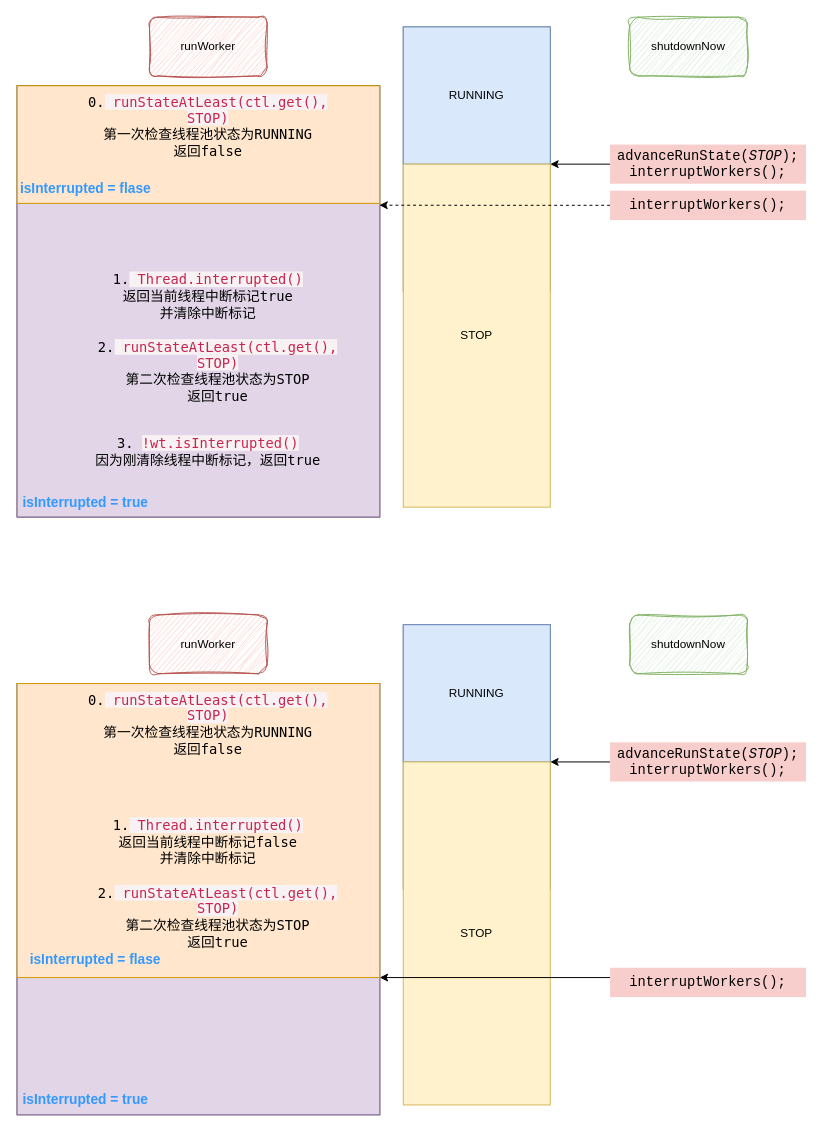
This is Java线程池 runWorker.drawio from wsxzei/markdown-photos, a draw.io file, before an edit. Source tidied: cells renumbered, new cells numbered last; positions are measured from the earlier drawing's top-left corner, leaving out a move shared by most shapes. Both pictures are drawn from the tidied source at 98%, with x=0, y=0 at pixel (17, 17).
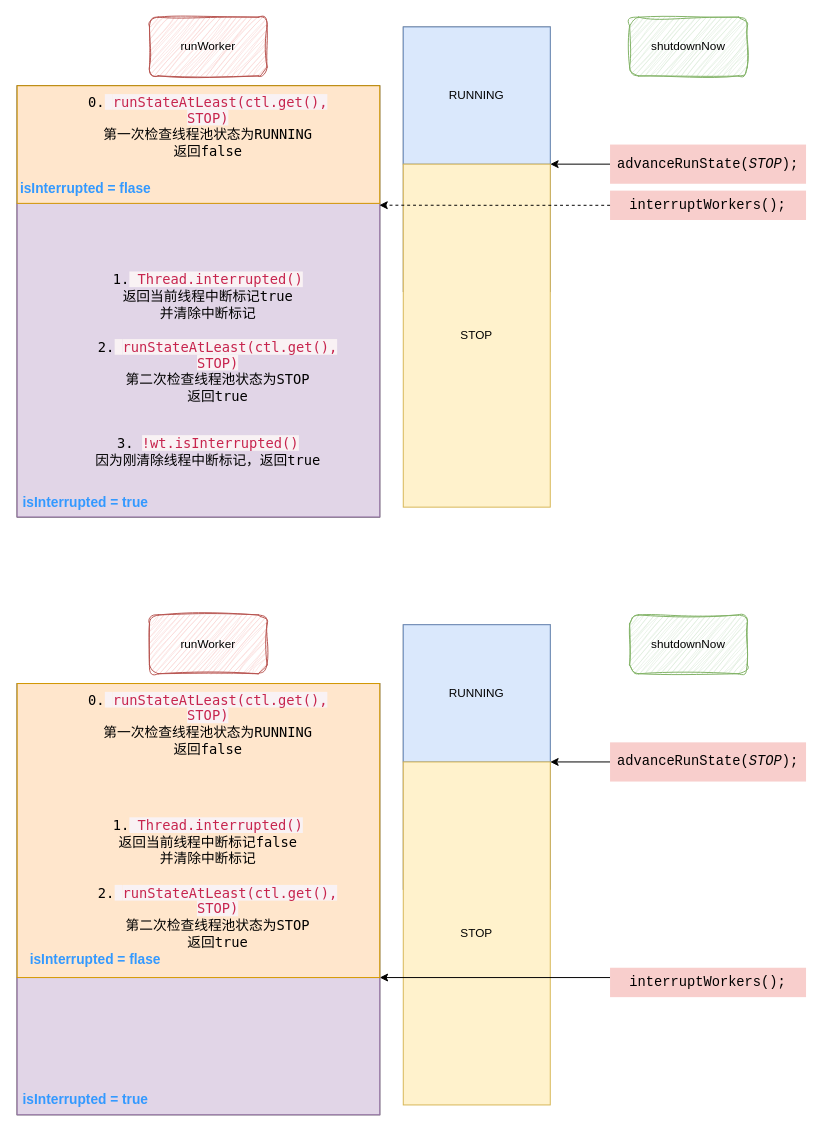
After the change.

Commit message (it also covers changes not shown here):
更新Java线程池 runWorker.drawio

What changed in the source:
```diff
@@
-    <mxCell id="10" value="&lt;div style=&quot;font-family: &amp;quot;JetBrains Mono&amp;quot;, monospace; font-size: 14px; white-space: pre;&quot;&gt;advanceRunState(&lt;span style=&quot;font-style: italic; font-size: 14px;&quot;&gt;STOP&lt;/span&gt;)&lt;span style=&quot;font-size: 14px;&quot;&gt;;&lt;/span&gt;&lt;/div&gt;&lt;div style=&quot;font-family: &amp;quot;JetBrains Mono&amp;quot;, monospace; font-size: 14px; white-space: pre;&quot;&gt;interruptWorkers();&lt;span style=&quot;color: rgb(204, 120, 50); background-color: rgb(43, 43, 43); font-size: 14px;&quot;&gt;&lt;br&gt;&lt;/span&gt;&lt;/div&gt;" style="text;html=1;align=center;verticalAlign=middle;whiteSpace=wrap;rounded=0;fontSize=14;fillColor=#f8cecc;strokeColor=none;" parent="1" vertex="1">
+    <mxCell id="10" value="&lt;div style=&quot;font-family: &amp;quot;JetBrains Mono&amp;quot;, monospace; font-size: 14px; white-space: pre;&quot;&gt;advanceRunState(&lt;span style=&quot;font-style: italic; font-size: 14px;&quot;&gt;STOP&lt;/span&gt;)&lt;span style=&quot;font-size: 14px;&quot;&gt;;&lt;/span&gt;&lt;/div&gt;" style="text;html=1;align=center;verticalAlign=middle;whiteSpace=wrap;rounded=0;fontSize=14;fillColor=#f8cecc;strokeColor=none;" parent="1" vertex="1">
       <mxGeometry x="605" y="130" width="200" height="40" as="geometry" />
     </mxCell>
@@
-    <mxCell id="28" value="&lt;div style=&quot;font-family: &amp;quot;JetBrains Mono&amp;quot;, monospace; font-size: 14px; white-space: pre;&quot;&gt;advanceRunState(&lt;span style=&quot;font-style: italic; font-size: 14px;&quot;&gt;STOP&lt;/span&gt;)&lt;span style=&quot;font-size: 14px;&quot;&gt;;&lt;/span&gt;&lt;/div&gt;&lt;div style=&quot;font-family: &amp;quot;JetBrains Mono&amp;quot;, monospace; font-size: 14px; white-space: pre;&quot;&gt;interruptWorkers();&lt;span style=&quot;color: rgb(204, 120, 50); background-color: rgb(43, 43, 43); font-size: 14px;&quot;&gt;&lt;br&gt;&lt;/span&gt;&lt;/div&gt;" style="text;html=1;align=center;verticalAlign=middle;whiteSpace=wrap;rounded=0;fontSize=14;fillColor=#f8cecc;strokeColor=none;" parent="1" vertex="1">
+    <mxCell id="28" value="&lt;div style=&quot;font-family: &amp;quot;JetBrains Mono&amp;quot;, monospace; font-size: 14px; white-space: pre;&quot;&gt;advanceRunState(&lt;span style=&quot;font-style: italic; font-size: 14px;&quot;&gt;STOP&lt;/span&gt;)&lt;span style=&quot;font-size: 14px;&quot;&gt;;&lt;/span&gt;&lt;/div&gt;" style="text;html=1;align=center;verticalAlign=middle;whiteSpace=wrap;rounded=0;fontSize=14;fillColor=#f8cecc;strokeColor=none;" parent="1" vertex="1">
       <mxGeometry x="605" y="740" width="200" height="40" as="geometry" />
     </mxCell>
```
